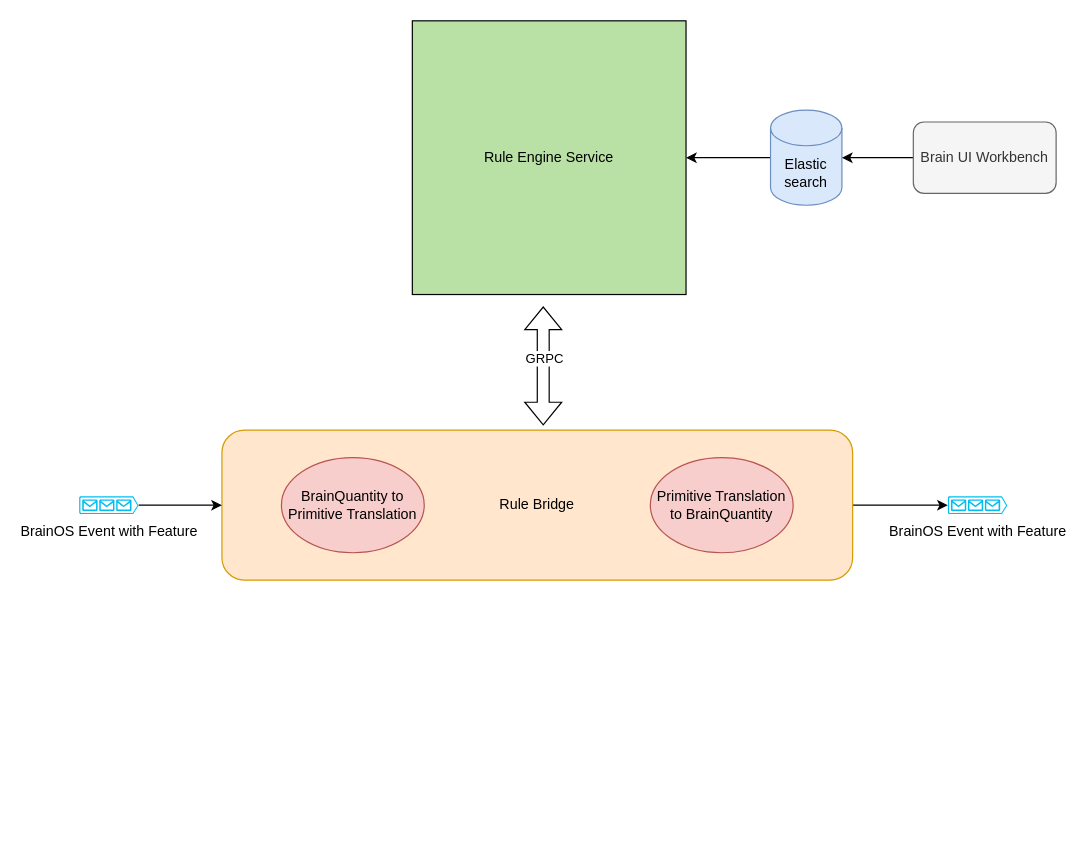
Above: page "Rule Engine Bridge" (6 of 7) of docs/diagram/BrainOS.drawio in brain-os/brain-proto (draw.io), before the change. Source tidied: cells renumbered, new cells numbered last; positions are measured from the earlier drawing's top-left corner, leaving out a move shared by most shapes. Both pictures are drawn from the tidied source at 119%, with x=0, y=0 at pixel (79, 20).
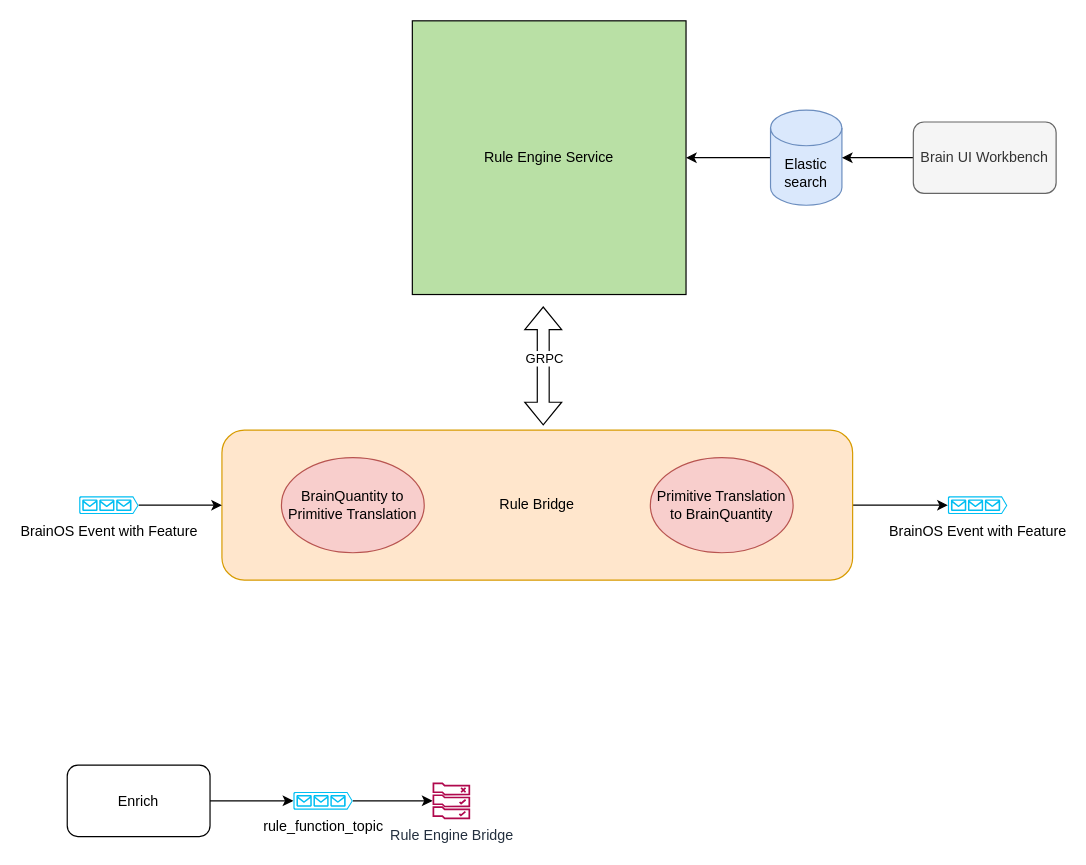
The same diagram, later.

The edit, as a diff of the source:
```diff
@@
+    <mxCell id="16" style="edgeStyle=orthogonalEdgeStyle;rounded=0;jettySize=auto;html=1;" parent="1" edge="1" source="17" target="18">
+      <mxGeometry relative="1" as="geometry" />
+    </mxCell>
+    <mxCell id="17" value="rule_function_topic" style="verticalLabelPosition=bottom;html=1;verticalAlign=top;align=center;strokeColor=none;fillColor=#00BEF2;shape=mxgraph.azure.queue_generic;" parent="1" vertex="1">
+      <mxGeometry x="180" y="648" width="50" height="15" as="geometry" />
+    </mxCell>
+    <mxCell id="18" value="Rule Engine Bridge" style="sketch=0;outlineConnect=0;fontColor=#232F3E;gradientColor=none;fillColor=#B0084D;strokeColor=none;dashed=0;verticalLabelPosition=bottom;verticalAlign=top;align=center;html=1;fontSize=12;fontStyle=0;shape=mxgraph.aws4.rule_2;" parent="1" vertex="1">
+      <mxGeometry x="296.9" y="640" width="31.8" height="31" as="geometry" />
+    </mxCell>
+    <mxCell id="19" style="edgeStyle=orthogonalEdgeStyle;rounded=0;jettySize=auto;html=1;entryX=0;entryY=0.5;entryDx=0;entryDy=0;entryPerimeter=0;" parent="1" edge="1" source="20" target="17">
+      <mxGeometry relative="1" as="geometry" />
+    </mxCell>
+    <mxCell id="20" value="Enrich" style="rounded=1;whiteSpace=wrap;html=1;" parent="1" vertex="1">
+      <mxGeometry x="-10" y="625.5" width="120" height="60" as="geometry" />
+    </mxCell>
```
